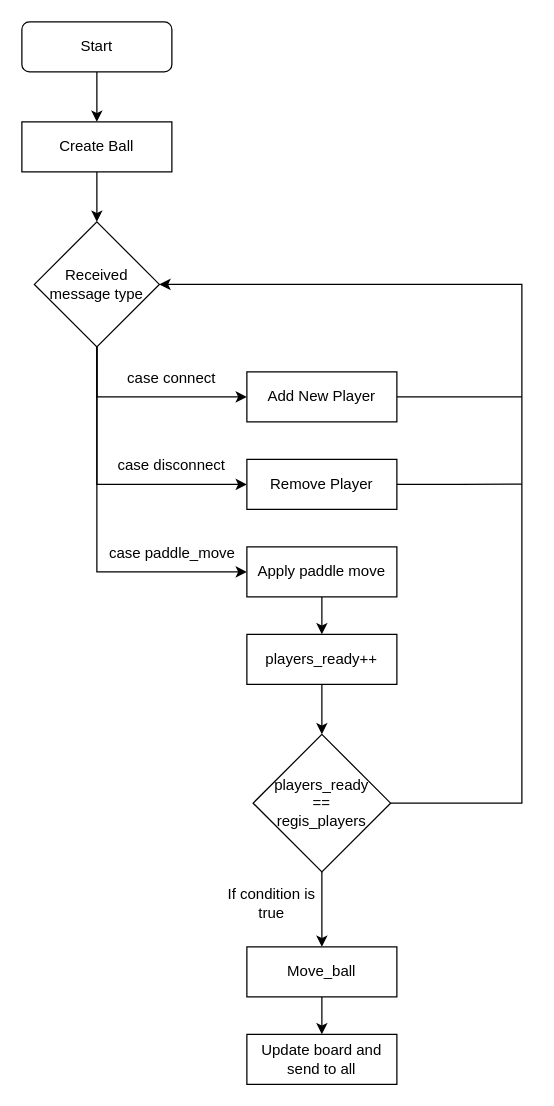
Before: Project/sever-super-pong.drawio in diogojpa99/PSis_Project, a draw.io diagram. Source tidied: cells renumbered, new cells numbered last; positions are measured from the earlier drawing's top-left corner, leaving out a move shared by most shapes. Both pictures are drawn from the tidied source at 125%, with x=0, y=0 at pixel (21, 21).
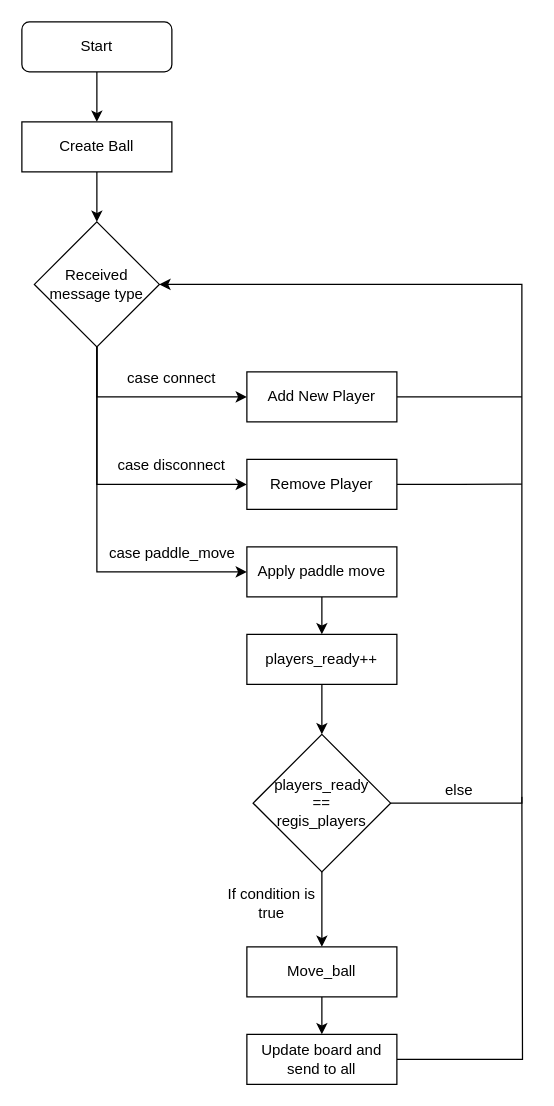
The same diagram, later.

The change refers to these unchanged cells:
```xml
<mxCell id="27" value="Update board and send to all" style="rounded=0;whiteSpace=wrap;html=1;" parent="1" vertex="1">
  <mxGeometry x="180" y="810" width="120" height="40" as="geometry" />
</mxCell>
```

Change to the diagram source:
```diff
@@
+    <mxCell id="28" style="edgeStyle=orthogonalEdgeStyle;rounded=0;jettySize=auto;html=1;exitX=1;exitY=0.5;exitDx=0;exitDy=0;endArrow=none;endFill=0;" parent="1" edge="1" source="27">
+      <mxGeometry relative="1" as="geometry">
+        <mxPoint x="400" y="620" as="targetPoint" />
+      </mxGeometry>
+    </mxCell>
@@
+    <mxCell id="29" value="else" style="text;html=1;strokeColor=none;fillColor=none;align=center;verticalAlign=middle;whiteSpace=wrap;rounded=0;" parent="1" vertex="1">
+      <mxGeometry x="320" y="600" width="60" height="30" as="geometry" />
+    </mxCell>
```
